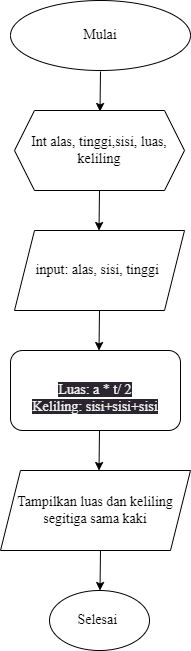
The draw.io diagram Flowchartsegitigasamakaki.png in Alvichoirinn/Latihan4, before a commit. Source tidied: cells renumbered, new cells last; positions are measured from the earlier drawing's top-left corner, leaving out a move shared by most shapes. Its diagram source:
```xml
<mxGraphModel>
  <root>
    <mxCell id="0" />
    <mxCell id="1" parent="0" />
    <mxCell id="2" value="Mulai" style="ellipse;whiteSpace=wrap;html=1;fontFamily=Times New Roman;fontSize=14;" parent="1" vertex="1">
      <mxGeometry x="10" width="180" height="70" as="geometry" />
    </mxCell>
    <mxCell id="3" style="endArrow=classic;html=1;" parent="1" edge="1">
      <mxGeometry relative="1" as="geometry">
        <mxPoint x="100" y="71" as="sourcePoint" />
        <mxPoint x="99.5" y="111" as="targetPoint" />
      </mxGeometry>
    </mxCell>
    <mxCell id="4" value="Int alas, tinggi,sisi, luas, keliling" style="shape=hexagon;perimeter=hexagonPerimeter2;whiteSpace=wrap;html=1;fixedSize=1;fontFamily=Times New Roman;fontSize=14;" parent="1" vertex="1">
      <mxGeometry x="14" y="110" width="170" height="80" as="geometry" />
    </mxCell>
    <mxCell id="5" value="input: alas, sisi, tinggi&amp;nbsp;" style="shape=parallelogram;perimeter=parallelogramPerimeter;whiteSpace=wrap;html=1;fixedSize=1;fontFamily=Times New Roman;fontSize=14;" parent="1" vertex="1">
      <mxGeometry x="14" y="230" width="170" height="80" as="geometry" />
    </mxCell>
    <mxCell id="6" style="endArrow=classic;html=1;" parent="1" edge="1">
      <mxGeometry relative="1" as="geometry">
        <mxPoint x="99" y="190" as="sourcePoint" />
        <mxPoint x="98.5" y="230" as="targetPoint" />
      </mxGeometry>
    </mxCell>
    <mxCell id="7" style="endArrow=classic;html=1;" parent="1" edge="1">
      <mxGeometry relative="1" as="geometry">
        <mxPoint x="99" y="310" as="sourcePoint" />
        <mxPoint x="98.5" y="350" as="targetPoint" />
      </mxGeometry>
    </mxCell>
    <mxCell id="8" value="&lt;br&gt;&lt;span style=&quot;color: rgb(240, 240, 240); font-family: &amp;quot;Times New Roman&amp;quot;; font-size: 14px; font-style: normal; font-variant-ligatures: normal; font-variant-caps: normal; font-weight: 400; letter-spacing: normal; orphans: 2; text-align: center; text-indent: 0px; text-transform: none; widows: 2; word-spacing: 0px; -webkit-text-stroke-width: 0px; background-color: rgb(42, 37, 47); text-decoration-thickness: initial; text-decoration-style: initial; text-decoration-color: initial; float: none; display: inline !important;&quot;&gt;Luas: a * t/ 2&lt;br&gt;Keliling: sisi+sisi+sisi&lt;/span&gt;" style="rounded=1;whiteSpace=wrap;html=1;fontFamily=Times New Roman;fontSize=14;" parent="1" vertex="1">
      <mxGeometry x="10" y="350" width="170" height="80" as="geometry" />
    </mxCell>
    <mxCell id="9" value="Tampilkan luas dan keliling&lt;br&gt;segitiga sama kaki" style="shape=parallelogram;perimeter=parallelogramPerimeter;whiteSpace=wrap;html=1;fixedSize=1;fontFamily=Times New Roman;fontSize=14;" parent="1" vertex="1">
      <mxGeometry y="470" width="190" height="80" as="geometry" />
    </mxCell>
    <mxCell id="10" value="Selesai&amp;nbsp;" style="ellipse;whiteSpace=wrap;html=1;fontFamily=Times New Roman;fontSize=14;" parent="1" vertex="1">
      <mxGeometry x="49" y="590" width="100" height="60" as="geometry" />
    </mxCell>
    <mxCell id="11" style="endArrow=classic;html=1;" parent="1" edge="1">
      <mxGeometry relative="1" as="geometry">
        <mxPoint x="99" y="430" as="sourcePoint" />
        <mxPoint x="98.5" y="470" as="targetPoint" />
      </mxGeometry>
    </mxCell>
    <mxCell id="12" style="endArrow=classic;html=1;" parent="1" edge="1">
      <mxGeometry relative="1" as="geometry">
        <mxPoint x="100" y="550" as="sourcePoint" />
        <mxPoint x="99.5" y="590" as="targetPoint" />
      </mxGeometry>
    </mxCell>
  </root>
</mxGraphModel>
```
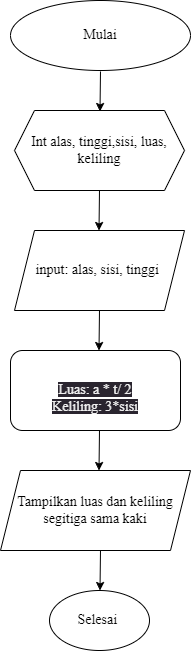
The same file after the commit.

Diff of the diagram source:
```diff
@@ -29,7 +29,7 @@
         <mxPoint x="98.5" y="350" as="targetPoint" />
       </mxGeometry>
     </mxCell>
-    <mxCell id="8" value="&lt;br&gt;&lt;span style=&quot;color: rgb(240, 240, 240); font-family: &amp;quot;Times New Roman&amp;quot;; font-size: 14px; font-style: normal; font-variant-ligatures: normal; font-variant-caps: normal; font-weight: 400; letter-spacing: normal; orphans: 2; text-align: center; text-indent: 0px; text-transform: none; widows: 2; word-spacing: 0px; -webkit-text-stroke-width: 0px; background-color: rgb(42, 37, 47); text-decoration-thickness: initial; text-decoration-style: initial; text-decoration-color: initial; float: none; display: inline !important;&quot;&gt;Luas: a * t/ 2&lt;br&gt;Keliling: sisi+sisi+sisi&lt;/span&gt;" style="rounded=1;whiteSpace=wrap;html=1;fontFamily=Times New Roman;fontSize=14;" parent="1" vertex="1">
+    <mxCell id="8" value="&lt;br&gt;&lt;span style=&quot;color: rgb(240, 240, 240); font-family: &amp;quot;Times New Roman&amp;quot;; font-size: 14px; font-style: normal; font-variant-ligatures: normal; font-variant-caps: normal; font-weight: 400; letter-spacing: normal; orphans: 2; text-align: center; text-indent: 0px; text-transform: none; widows: 2; word-spacing: 0px; -webkit-text-stroke-width: 0px; background-color: rgb(42, 37, 47); text-decoration-thickness: initial; text-decoration-style: initial; text-decoration-color: initial; float: none; display: inline !important;&quot;&gt;Luas: a * t/ 2&lt;br&gt;Keliling: 3*sisi&lt;/span&gt;" style="rounded=1;whiteSpace=wrap;html=1;fontFamily=Times New Roman;fontSize=14;" parent="1" vertex="1">
       <mxGeometry x="10" y="350" width="170" height="80" as="geometry" />
     </mxCell>
     <mxCell id="9" value="Tampilkan luas dan keliling&lt;br&gt;segitiga sama kaki" style="shape=parallelogram;perimeter=parallelogramPerimeter;whiteSpace=wrap;html=1;fixedSize=1;fontFamily=Times New Roman;fontSize=14;" parent="1" vertex="1">
```
